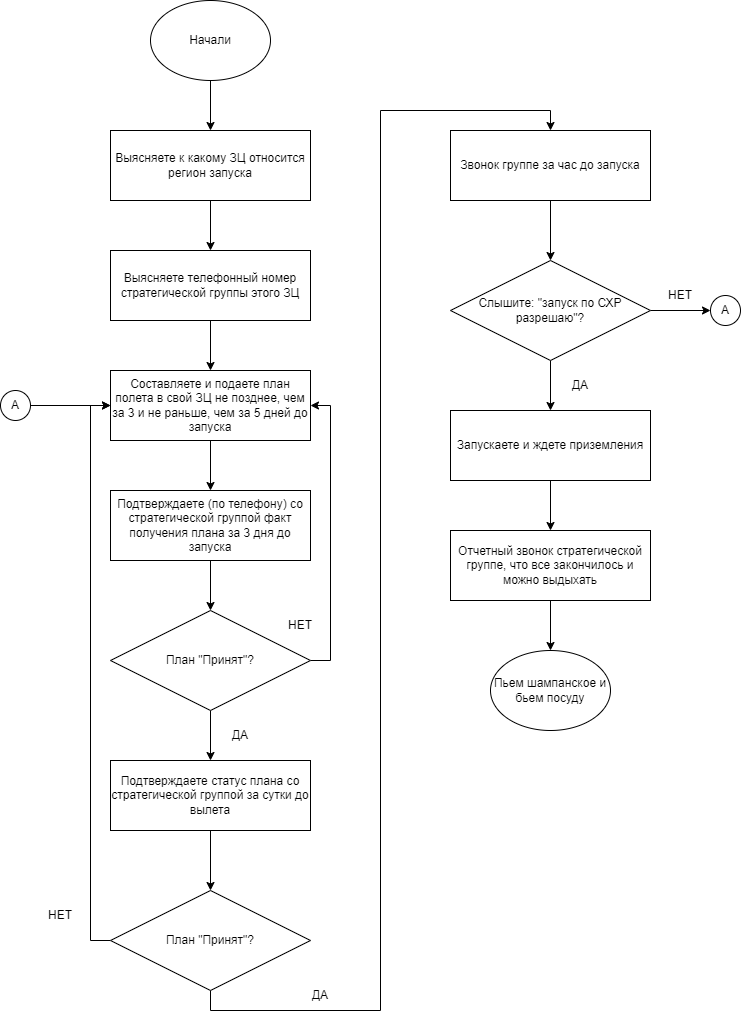
This is images/flight_plan_process.png from ArtemKiyashko/ProbeLoggerArticle4, a draw.io export, as it was before one commit. Source tidied: cells renumbered, new cells last; positions are measured from the earlier drawing's top-left corner, leaving out a move shared by most shapes. Source of this version:
```xml
<mxGraphModel>
  <root>
    <mxCell id="0" />
    <mxCell id="1" parent="0" />
    <mxCell id="2" style="edgeStyle=orthogonalEdgeStyle;rounded=0;jettySize=auto;html=1;exitX=0.5;exitY=1;exitDx=0;exitDy=0;entryX=0.5;entryY=0;entryDx=0;entryDy=0;" parent="1" edge="1" source="3" target="5">
      <mxGeometry relative="1" as="geometry" />
    </mxCell>
    <mxCell id="3" value="Выясняете к какому ЗЦ относится регион запуска" style="rounded=0;whiteSpace=wrap;html=1;" parent="1" vertex="1">
      <mxGeometry x="110" y="130" width="200" height="70" as="geometry" />
    </mxCell>
    <mxCell id="4" style="edgeStyle=orthogonalEdgeStyle;rounded=0;jettySize=auto;html=1;exitX=0.5;exitY=1;exitDx=0;exitDy=0;entryX=0.5;entryY=0;entryDx=0;entryDy=0;" parent="1" edge="1" source="5" target="7">
      <mxGeometry relative="1" as="geometry" />
    </mxCell>
    <mxCell id="5" value="Выясняете телефонный номер стратегической группы этого ЗЦ" style="rounded=0;whiteSpace=wrap;html=1;" parent="1" vertex="1">
      <mxGeometry x="110" y="250" width="200" height="70" as="geometry" />
    </mxCell>
    <mxCell id="6" style="edgeStyle=orthogonalEdgeStyle;rounded=0;jettySize=auto;html=1;exitX=0.5;exitY=1;exitDx=0;exitDy=0;entryX=0.5;entryY=0;entryDx=0;entryDy=0;" parent="1" edge="1" source="7" target="9">
      <mxGeometry relative="1" as="geometry" />
    </mxCell>
    <mxCell id="7" value="Составляете и подаете план полета в свой ЗЦ не позднее, чем за 3 и не раньше, чем за 5 дней до запуска" style="rounded=0;whiteSpace=wrap;html=1;" parent="1" vertex="1">
      <mxGeometry x="110" y="370" width="200" height="70" as="geometry" />
    </mxCell>
    <mxCell id="8" style="edgeStyle=orthogonalEdgeStyle;rounded=0;jettySize=auto;html=1;exitX=0.5;exitY=1;exitDx=0;exitDy=0;entryX=0.5;entryY=0;entryDx=0;entryDy=0;" parent="1" edge="1" source="9" target="12">
      <mxGeometry relative="1" as="geometry" />
    </mxCell>
    <mxCell id="9" value="Подтверждаете (по телефону) со стратегической группой факт получения плана за 3 дня до запуска" style="rounded=0;whiteSpace=wrap;html=1;" parent="1" vertex="1">
      <mxGeometry x="110" y="490" width="200" height="70" as="geometry" />
    </mxCell>
    <mxCell id="10" style="edgeStyle=orthogonalEdgeStyle;rounded=0;jettySize=auto;html=1;entryX=0.5;entryY=0;entryDx=0;entryDy=0;" parent="1" edge="1" source="12" target="14">
      <mxGeometry relative="1" as="geometry" />
    </mxCell>
    <mxCell id="11" style="edgeStyle=orthogonalEdgeStyle;rounded=0;jettySize=auto;html=1;exitX=1;exitY=0.5;exitDx=0;exitDy=0;entryX=1;entryY=0.5;entryDx=0;entryDy=0;" parent="1" edge="1" source="12" target="7">
      <mxGeometry relative="1" as="geometry" />
    </mxCell>
    <mxCell id="12" value="План &quot;Принят&quot;?" style="rhombus;whiteSpace=wrap;html=1;" parent="1" vertex="1">
      <mxGeometry x="110" y="610" width="200" height="100" as="geometry" />
    </mxCell>
    <mxCell id="13" style="edgeStyle=orthogonalEdgeStyle;rounded=0;jettySize=auto;html=1;exitX=0.5;exitY=1;exitDx=0;exitDy=0;entryX=0.5;entryY=0;entryDx=0;entryDy=0;" parent="1" edge="1" source="14" target="19">
      <mxGeometry relative="1" as="geometry" />
    </mxCell>
    <mxCell id="14" value="Подтверждаете статус плана со стратегической группой за сутки до вылета" style="rounded=0;whiteSpace=wrap;html=1;" parent="1" vertex="1">
      <mxGeometry x="110" y="760" width="200" height="70" as="geometry" />
    </mxCell>
    <mxCell id="15" value="ДА" style="text;html=1;strokeColor=none;fillColor=none;align=center;verticalAlign=middle;whiteSpace=wrap;rounded=0;" parent="1" vertex="1">
      <mxGeometry x="210" y="720" width="60" height="30" as="geometry" />
    </mxCell>
    <mxCell id="16" value="НЕТ" style="text;html=1;strokeColor=none;fillColor=none;align=center;verticalAlign=middle;whiteSpace=wrap;rounded=0;" parent="1" vertex="1">
      <mxGeometry x="270" y="610" width="60" height="30" as="geometry" />
    </mxCell>
    <mxCell id="17" style="edgeStyle=orthogonalEdgeStyle;rounded=0;jettySize=auto;html=1;exitX=0;exitY=0.5;exitDx=0;exitDy=0;entryX=0;entryY=0.5;entryDx=0;entryDy=0;" parent="1" edge="1" source="19" target="7">
      <mxGeometry relative="1" as="geometry" />
    </mxCell>
    <mxCell id="18" style="edgeStyle=orthogonalEdgeStyle;rounded=0;jettySize=auto;html=1;exitX=0.5;exitY=1;exitDx=0;exitDy=0;entryX=0.5;entryY=0;entryDx=0;entryDy=0;" parent="1" edge="1" source="19" target="23">
      <mxGeometry relative="1" as="geometry" />
    </mxCell>
    <mxCell id="19" value="План &quot;Принят&quot;?" style="rhombus;whiteSpace=wrap;html=1;" parent="1" vertex="1">
      <mxGeometry x="110" y="890" width="200" height="100" as="geometry" />
    </mxCell>
    <mxCell id="20" value="ДА" style="text;html=1;strokeColor=none;fillColor=none;align=center;verticalAlign=middle;whiteSpace=wrap;rounded=0;" parent="1" vertex="1">
      <mxGeometry x="290" y="980" width="60" height="30" as="geometry" />
    </mxCell>
    <mxCell id="21" value="НЕТ" style="text;html=1;strokeColor=none;fillColor=none;align=center;verticalAlign=middle;whiteSpace=wrap;rounded=0;" parent="1" vertex="1">
      <mxGeometry x="30" y="900" width="60" height="30" as="geometry" />
    </mxCell>
    <mxCell id="22" style="edgeStyle=orthogonalEdgeStyle;rounded=0;jettySize=auto;html=1;exitX=0.5;exitY=1;exitDx=0;exitDy=0;entryX=0.5;entryY=0;entryDx=0;entryDy=0;" parent="1" edge="1" source="23" target="26">
      <mxGeometry relative="1" as="geometry" />
    </mxCell>
    <mxCell id="23" value="Звонок группе за час до запуска" style="rounded=0;whiteSpace=wrap;html=1;" parent="1" vertex="1">
      <mxGeometry x="450" y="130" width="200" height="70" as="geometry" />
    </mxCell>
    <mxCell id="24" style="edgeStyle=orthogonalEdgeStyle;rounded=0;jettySize=auto;html=1;exitX=0.5;exitY=1;exitDx=0;exitDy=0;entryX=0.5;entryY=0;entryDx=0;entryDy=0;" parent="1" edge="1" source="26" target="28">
      <mxGeometry relative="1" as="geometry" />
    </mxCell>
    <mxCell id="25" style="edgeStyle=orthogonalEdgeStyle;rounded=0;jettySize=auto;html=1;exitX=1;exitY=0.5;exitDx=0;exitDy=0;" parent="1" edge="1" source="26" target="35">
      <mxGeometry relative="1" as="geometry" />
    </mxCell>
    <mxCell id="26" value="Слышите: &quot;запуск по СХР разрешаю&quot;?" style="rhombus;whiteSpace=wrap;html=1;" parent="1" vertex="1">
      <mxGeometry x="450" y="260" width="200" height="100" as="geometry" />
    </mxCell>
    <mxCell id="27" style="edgeStyle=orthogonalEdgeStyle;rounded=0;jettySize=auto;html=1;exitX=0.5;exitY=1;exitDx=0;exitDy=0;entryX=0.5;entryY=0;entryDx=0;entryDy=0;" parent="1" edge="1" source="28" target="30">
      <mxGeometry relative="1" as="geometry" />
    </mxCell>
    <mxCell id="28" value="Запускаете и ждете приземления" style="rounded=0;whiteSpace=wrap;html=1;" parent="1" vertex="1">
      <mxGeometry x="450" y="410" width="200" height="70" as="geometry" />
    </mxCell>
    <mxCell id="29" style="edgeStyle=orthogonalEdgeStyle;rounded=0;jettySize=auto;html=1;exitX=0.5;exitY=1;exitDx=0;exitDy=0;entryX=0.5;entryY=0;entryDx=0;entryDy=0;" parent="1" edge="1" source="30" target="31">
      <mxGeometry relative="1" as="geometry" />
    </mxCell>
    <mxCell id="30" value="Отчетный звонок стратегической группе, что все закончилось и можно выдыхать" style="rounded=0;whiteSpace=wrap;html=1;" parent="1" vertex="1">
      <mxGeometry x="450" y="530" width="200" height="70" as="geometry" />
    </mxCell>
    <mxCell id="31" value="Пьем шампанское и бьем посуду" style="ellipse;whiteSpace=wrap;html=1;" parent="1" vertex="1">
      <mxGeometry x="490" y="650" width="120" height="80" as="geometry" />
    </mxCell>
    <mxCell id="32" style="edgeStyle=orthogonalEdgeStyle;rounded=0;jettySize=auto;html=1;exitX=0.5;exitY=1;exitDx=0;exitDy=0;entryX=0.5;entryY=0;entryDx=0;entryDy=0;" parent="1" edge="1" source="33" target="3">
      <mxGeometry relative="1" as="geometry" />
    </mxCell>
    <mxCell id="33" value="Начали" style="ellipse;whiteSpace=wrap;html=1;" parent="1" vertex="1">
      <mxGeometry x="150" width="120" height="80" as="geometry" />
    </mxCell>
    <mxCell id="34" value="ДА" style="text;html=1;strokeColor=none;fillColor=none;align=center;verticalAlign=middle;whiteSpace=wrap;rounded=0;" parent="1" vertex="1">
      <mxGeometry x="550" y="370" width="60" height="30" as="geometry" />
    </mxCell>
    <mxCell id="35" value="А" style="ellipse;whiteSpace=wrap;html=1;" parent="1" vertex="1">
      <mxGeometry x="710" y="295" width="30" height="30" as="geometry" />
    </mxCell>
    <mxCell id="36" value="НЕТ" style="text;html=1;strokeColor=none;fillColor=none;align=center;verticalAlign=middle;whiteSpace=wrap;rounded=0;" parent="1" vertex="1">
      <mxGeometry x="650" y="280" width="60" height="30" as="geometry" />
    </mxCell>
    <mxCell id="37" style="edgeStyle=orthogonalEdgeStyle;rounded=0;jettySize=auto;html=1;exitX=1;exitY=0.5;exitDx=0;exitDy=0;entryX=0;entryY=0.5;entryDx=0;entryDy=0;" parent="1" edge="1" source="38" target="7">
      <mxGeometry relative="1" as="geometry" />
    </mxCell>
    <mxCell id="38" value="А" style="ellipse;whiteSpace=wrap;html=1;" parent="1" vertex="1">
      <mxGeometry y="390" width="30" height="30" as="geometry" />
    </mxCell>
  </root>
</mxGraphModel>
```
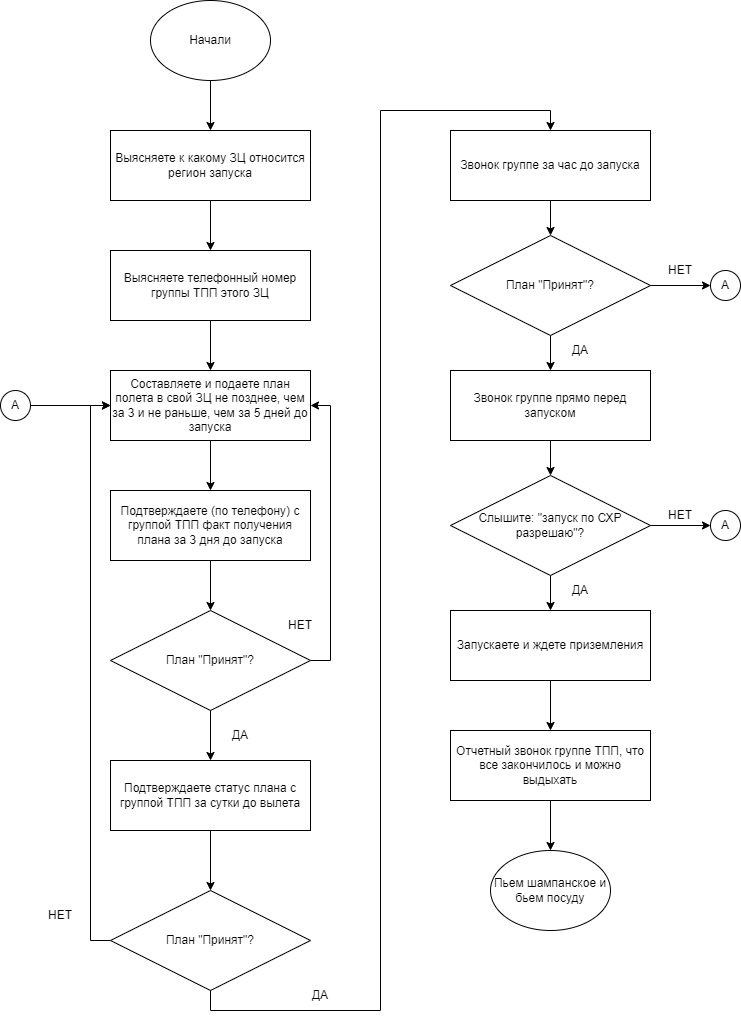
Later version of the same file.

Commit message:
group tpp and typos

Diff of the diagram source:
```diff
@@ -11,7 +11,7 @@
     <mxCell id="4" style="edgeStyle=orthogonalEdgeStyle;rounded=0;jettySize=auto;html=1;exitX=0.5;exitY=1;exitDx=0;exitDy=0;entryX=0.5;entryY=0;entryDx=0;entryDy=0;" parent="1" edge="1" source="5" target="7">
       <mxGeometry relative="1" as="geometry" />
     </mxCell>
-    <mxCell id="5" value="Выясняете телефонный номер стратегической группы этого ЗЦ" style="rounded=0;whiteSpace=wrap;html=1;" parent="1" vertex="1">
+    <mxCell id="5" value="Выясняете телефонный номер группы ТПП этого ЗЦ" style="rounded=0;whiteSpace=wrap;html=1;" parent="1" vertex="1">
       <mxGeometry x="110" y="250" width="200" height="70" as="geometry" />
     </mxCell>
     <mxCell id="6" style="edgeStyle=orthogonalEdgeStyle;rounded=0;jettySize=auto;html=1;exitX=0.5;exitY=1;exitDx=0;exitDy=0;entryX=0.5;entryY=0;entryDx=0;entryDy=0;" parent="1" edge="1" source="7" target="9">
@@ -23,7 +23,7 @@
     <mxCell id="8" style="edgeStyle=orthogonalEdgeStyle;rounded=0;jettySize=auto;html=1;exitX=0.5;exitY=1;exitDx=0;exitDy=0;entryX=0.5;entryY=0;entryDx=0;entryDy=0;" parent="1" edge="1" source="9" target="12">
       <mxGeometry relative="1" as="geometry" />
     </mxCell>
-    <mxCell id="9" value="Подтверждаете (по телефону) со стратегической группой факт получения плана за 3 дня до запуска" style="rounded=0;whiteSpace=wrap;html=1;" parent="1" vertex="1">
+    <mxCell id="9" value="Подтверждаете (по телефону) с группой ТПП факт получения плана за 3 дня до запуска" style="rounded=0;whiteSpace=wrap;html=1;" parent="1" vertex="1">
       <mxGeometry x="110" y="490" width="200" height="70" as="geometry" />
     </mxCell>
     <mxCell id="10" style="edgeStyle=orthogonalEdgeStyle;rounded=0;jettySize=auto;html=1;entryX=0.5;entryY=0;entryDx=0;entryDy=0;" parent="1" edge="1" source="12" target="14">
@@ -38,7 +38,7 @@
     <mxCell id="13" style="edgeStyle=orthogonalEdgeStyle;rounded=0;jettySize=auto;html=1;exitX=0.5;exitY=1;exitDx=0;exitDy=0;entryX=0.5;entryY=0;entryDx=0;entryDy=0;" parent="1" edge="1" source="14" target="19">
       <mxGeometry relative="1" as="geometry" />
     </mxCell>
-    <mxCell id="14" value="Подтверждаете статус плана со стратегической группой за сутки до вылета" style="rounded=0;whiteSpace=wrap;html=1;" parent="1" vertex="1">
+    <mxCell id="14" value="Подтверждаете статус плана с группой ТПП за сутки до вылета" style="rounded=0;whiteSpace=wrap;html=1;" parent="1" vertex="1">
       <mxGeometry x="110" y="760" width="200" height="70" as="geometry" />
     </mxCell>
     <mxCell id="15" value="ДА" style="text;html=1;strokeColor=none;fillColor=none;align=center;verticalAlign=middle;whiteSpace=wrap;rounded=0;" parent="1" vertex="1">
@@ -68,29 +68,29 @@
     <mxCell id="23" value="Звонок группе за час до запуска" style="rounded=0;whiteSpace=wrap;html=1;" parent="1" vertex="1">
       <mxGeometry x="450" y="130" width="200" height="70" as="geometry" />
     </mxCell>
-    <mxCell id="24" style="edgeStyle=orthogonalEdgeStyle;rounded=0;jettySize=auto;html=1;exitX=0.5;exitY=1;exitDx=0;exitDy=0;entryX=0.5;entryY=0;entryDx=0;entryDy=0;" parent="1" edge="1" source="26" target="28">
-      <mxGeometry relative="1" as="geometry" />
-    </mxCell>
     <mxCell id="25" style="edgeStyle=orthogonalEdgeStyle;rounded=0;jettySize=auto;html=1;exitX=1;exitY=0.5;exitDx=0;exitDy=0;" parent="1" edge="1" source="26" target="35">
       <mxGeometry relative="1" as="geometry" />
     </mxCell>
+    <mxCell id="39" style="edgeStyle=orthogonalEdgeStyle;rounded=0;jettySize=auto;html=1;exitX=0.5;exitY=1;exitDx=0;exitDy=0;entryX=0.5;entryY=0;entryDx=0;entryDy=0;" parent="1" edge="1" source="26" target="41">
+      <mxGeometry relative="1" as="geometry" />
+    </mxCell>
-    <mxCell id="26" value="Слышите: &quot;запуск по СХР разрешаю&quot;?" style="rhombus;whiteSpace=wrap;html=1;" parent="1" vertex="1">
-      <mxGeometry x="450" y="260" width="200" height="100" as="geometry" />
+    <mxCell id="26" value="План &quot;Принят&quot;?" style="rhombus;whiteSpace=wrap;html=1;" parent="1" vertex="1">
+      <mxGeometry x="450" y="235" width="200" height="100" as="geometry" />
     </mxCell>
     <mxCell id="27" style="edgeStyle=orthogonalEdgeStyle;rounded=0;jettySize=auto;html=1;exitX=0.5;exitY=1;exitDx=0;exitDy=0;entryX=0.5;entryY=0;entryDx=0;entryDy=0;" parent="1" edge="1" source="28" target="30">
       <mxGeometry relative="1" as="geometry" />
     </mxCell>
     <mxCell id="28" value="Запускаете и ждете приземления" style="rounded=0;whiteSpace=wrap;html=1;" parent="1" vertex="1">
-      <mxGeometry x="450" y="410" width="200" height="70" as="geometry" />
+      <mxGeometry x="450" y="610" width="200" height="70" as="geometry" />
     </mxCell>
     <mxCell id="29" style="edgeStyle=orthogonalEdgeStyle;rounded=0;jettySize=auto;html=1;exitX=0.5;exitY=1;exitDx=0;exitDy=0;entryX=0.5;entryY=0;entryDx=0;entryDy=0;" parent="1" edge="1" source="30" target="31">
       <mxGeometry relative="1" as="geometry" />
     </mxCell>
-    <mxCell id="30" value="Отчетный звонок стратегической группе, что все закончилось и можно выдыхать" style="rounded=0;whiteSpace=wrap;html=1;" parent="1" vertex="1">
-      <mxGeometry x="450" y="530" width="200" height="70" as="geometry" />
+    <mxCell id="30" value="Отчетный звонок группе ТПП, что все закончилось и можно выдыхать" style="rounded=0;whiteSpace=wrap;html=1;" parent="1" vertex="1">
+      <mxGeometry x="450" y="730" width="200" height="70" as="geometry" />
     </mxCell>
     <mxCell id="31" value="Пьем шампанское и бьем посуду" style="ellipse;whiteSpace=wrap;html=1;" parent="1" vertex="1">
-      <mxGeometry x="490" y="650" width="120" height="80" as="geometry" />
+      <mxGeometry x="490" y="850" width="120" height="80" as="geometry" />
     </mxCell>
     <mxCell id="32" style="edgeStyle=orthogonalEdgeStyle;rounded=0;jettySize=auto;html=1;exitX=0.5;exitY=1;exitDx=0;exitDy=0;entryX=0.5;entryY=0;entryDx=0;entryDy=0;" parent="1" edge="1" source="33" target="3">
       <mxGeometry relative="1" as="geometry" />
@@ -99,13 +99,13 @@
       <mxGeometry x="150" width="120" height="80" as="geometry" />
     </mxCell>
     <mxCell id="34" value="ДА" style="text;html=1;strokeColor=none;fillColor=none;align=center;verticalAlign=middle;whiteSpace=wrap;rounded=0;" parent="1" vertex="1">
-      <mxGeometry x="550" y="370" width="60" height="30" as="geometry" />
+      <mxGeometry x="550" y="335" width="60" height="30" as="geometry" />
     </mxCell>
     <mxCell id="35" value="А" style="ellipse;whiteSpace=wrap;html=1;" parent="1" vertex="1">
-      <mxGeometry x="710" y="295" width="30" height="30" as="geometry" />
+      <mxGeometry x="710" y="270" width="30" height="30" as="geometry" />
     </mxCell>
     <mxCell id="36" value="НЕТ" style="text;html=1;strokeColor=none;fillColor=none;align=center;verticalAlign=middle;whiteSpace=wrap;rounded=0;" parent="1" vertex="1">
-      <mxGeometry x="650" y="280" width="60" height="30" as="geometry" />
+      <mxGeometry x="650" y="255" width="60" height="30" as="geometry" />
     </mxCell>
     <mxCell id="37" style="edgeStyle=orthogonalEdgeStyle;rounded=0;jettySize=auto;html=1;exitX=1;exitY=0.5;exitDx=0;exitDy=0;entryX=0;entryY=0.5;entryDx=0;entryDy=0;" parent="1" edge="1" source="38" target="7">
       <mxGeometry relative="1" as="geometry" />
@@ -113,5 +113,29 @@
     <mxCell id="38" value="А" style="ellipse;whiteSpace=wrap;html=1;" parent="1" vertex="1">
       <mxGeometry y="390" width="30" height="30" as="geometry" />
     </mxCell>
+    <mxCell id="40" style="edgeStyle=orthogonalEdgeStyle;rounded=0;jettySize=auto;html=1;exitX=0.5;exitY=1;exitDx=0;exitDy=0;entryX=0.5;entryY=0;entryDx=0;entryDy=0;" parent="1" edge="1" source="41" target="44">
+      <mxGeometry relative="1" as="geometry" />
+    </mxCell>
+    <mxCell id="41" value="Звонок группе прямо перед запуском" style="rounded=0;whiteSpace=wrap;html=1;" parent="1" vertex="1">
+      <mxGeometry x="450" y="370" width="200" height="70" as="geometry" />
+    </mxCell>
+    <mxCell id="42" style="edgeStyle=orthogonalEdgeStyle;rounded=0;jettySize=auto;html=1;exitX=1;exitY=0.5;exitDx=0;exitDy=0;entryX=0;entryY=0.5;entryDx=0;entryDy=0;" parent="1" edge="1" source="44" target="45">
+      <mxGeometry relative="1" as="geometry" />
+    </mxCell>
+    <mxCell id="43" style="edgeStyle=orthogonalEdgeStyle;rounded=0;jettySize=auto;html=1;exitX=0.5;exitY=1;exitDx=0;exitDy=0;entryX=0.5;entryY=0;entryDx=0;entryDy=0;" parent="1" edge="1" source="44" target="28">
+      <mxGeometry relative="1" as="geometry" />
+    </mxCell>
+    <mxCell id="44" value="Слышите: &quot;запуск по СХР разрешаю&quot;?" style="rhombus;whiteSpace=wrap;html=1;" parent="1" vertex="1">
+      <mxGeometry x="450" y="475" width="200" height="100" as="geometry" />
+    </mxCell>
+    <mxCell id="45" value="А" style="ellipse;whiteSpace=wrap;html=1;" parent="1" vertex="1">
+      <mxGeometry x="710" y="510" width="30" height="30" as="geometry" />
+    </mxCell>
+    <mxCell id="46" value="НЕТ" style="text;html=1;strokeColor=none;fillColor=none;align=center;verticalAlign=middle;whiteSpace=wrap;rounded=0;" parent="1" vertex="1">
+      <mxGeometry x="650" y="500" width="60" height="30" as="geometry" />
+    </mxCell>
+    <mxCell id="47" value="ДА" style="text;html=1;strokeColor=none;fillColor=none;align=center;verticalAlign=middle;whiteSpace=wrap;rounded=0;" parent="1" vertex="1">
+      <mxGeometry x="550" y="575" width="60" height="30" as="geometry" />
+    </mxCell>
   </root>
 </mxGraphModel>
```
